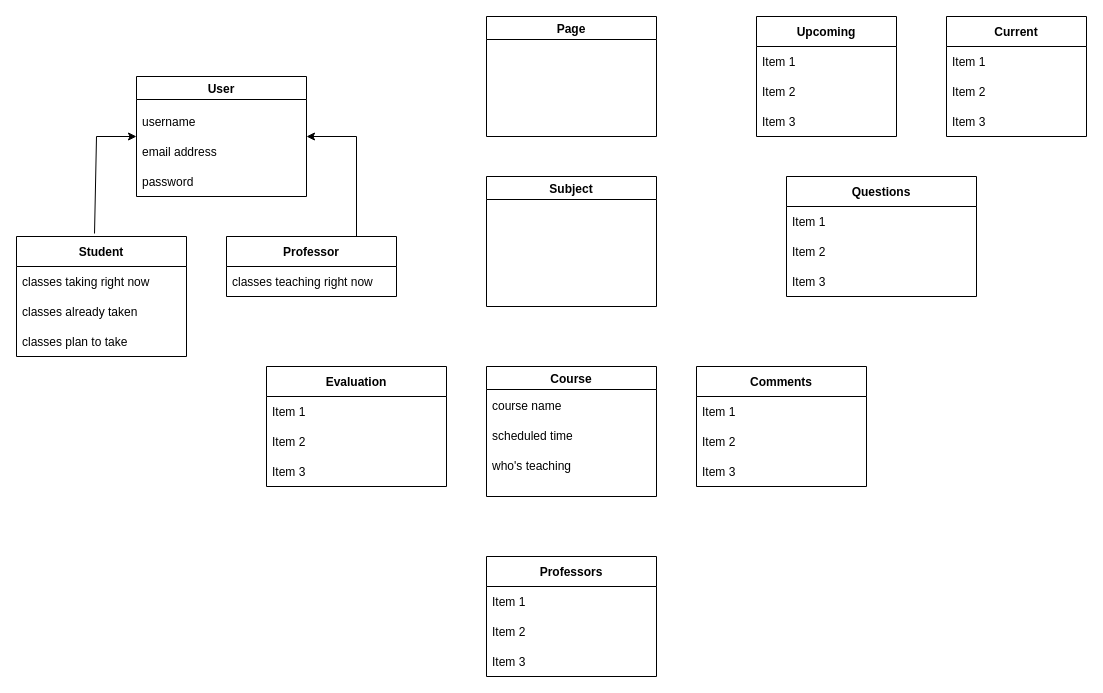
Before: Domain Model.drawio in I-Dont-Want-An-F/Project, a draw.io diagram. Source tidied: cells renumbered, new cells numbered last; positions are measured from the earlier drawing's top-left corner, leaving out a move shared by most shapes. Both pictures are drawn from the tidied source at 100%, with x=0, y=0 at pixel (16, 16).
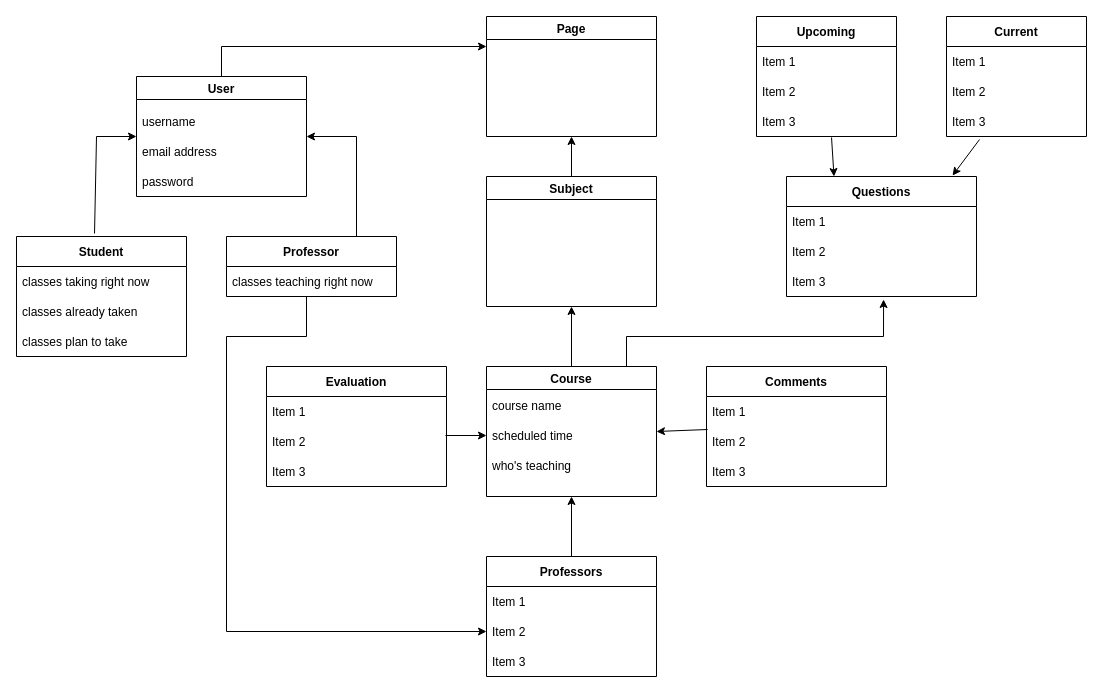
Above is the later version.

The change refers to these unchanged cells:
```xml
<mxCell id="2" value="User" style="swimlane;" parent="1" vertex="1">
  <mxGeometry x="120" y="60" width="170" height="120" as="geometry" />
</mxCell>
<mxCell id="12" value="Page" style="swimlane;" parent="1" vertex="1">
  <mxGeometry x="470" width="170" height="120" as="geometry" />
</mxCell>
<mxCell id="17" value="Subject" style="swimlane;startSize=23;" parent="1" vertex="1">
  <mxGeometry x="470" y="160" width="170" height="130" as="geometry" />
</mxCell>
<mxCell id="18" value="Professors" style="swimlane;fontStyle=1;horizontal=1;startSize=30;" parent="1" vertex="1">
  <mxGeometry x="470" y="540" width="170" height="120" as="geometry" />
</mxCell>
<mxCell id="20" value="Item 2" style="text;strokeColor=none;fillColor=none;align=left;verticalAlign=middle;spacingLeft=4;spacingRight=4;overflow=hidden;points=[[0,0.5],[1,0.5]];portConstraint=eastwest;" parent="18" vertex="1">
  <mxGeometry y="60" width="170" height="30" as="geometry" />
</mxCell>
<mxCell id="22" value="Course" style="swimlane;" parent="1" vertex="1">
  <mxGeometry x="470" y="350" width="170" height="130" as="geometry" />
</mxCell>
<mxCell id="24" value="scheduled time" style="text;strokeColor=none;fillColor=none;align=left;verticalAlign=middle;spacingLeft=4;spacingRight=4;overflow=hidden;points=[[0,0.5],[1,0.5]];portConstraint=eastwest;" parent="22" vertex="1">
  <mxGeometry y="54" width="100" height="30" as="geometry" />
</mxCell>
<mxCell id="26" value="Questions" style="swimlane;fontStyle=1;horizontal=1;startSize=30;" parent="1" vertex="1">
  <mxGeometry x="770" y="160" width="190" height="120" as="geometry" />
</mxCell>
<mxCell id="29" value="Item 3" style="text;strokeColor=none;fillColor=none;align=left;verticalAlign=middle;spacingLeft=4;spacingRight=4;overflow=hidden;points=[[0,0.5],[1,0.5]];portConstraint=eastwest;" parent="26" vertex="1">
  <mxGeometry y="90" width="190" height="30" as="geometry" />
</mxCell>
<mxCell id="33" value="Item 3" style="text;strokeColor=none;fillColor=none;align=left;verticalAlign=middle;spacingLeft=4;spacingRight=4;overflow=hidden;points=[[0,0.5],[1,0.5]];portConstraint=eastwest;" parent="30" vertex="1">
  <mxGeometry y="90" width="140" height="30" as="geometry" />
</mxCell>
<mxCell id="37" value="Item 3" style="text;strokeColor=none;fillColor=none;align=left;verticalAlign=middle;spacingLeft=4;spacingRight=4;overflow=hidden;points=[[0,0.5],[1,0.5]];portConstraint=eastwest;" parent="34" vertex="1">
  <mxGeometry y="90" width="140" height="30" as="geometry" />
</mxCell>
<mxCell id="40" value="Item 2" style="text;strokeColor=none;fillColor=none;align=left;verticalAlign=middle;spacingLeft=4;spacingRight=4;overflow=hidden;points=[[0,0.5],[1,0.5]];portConstraint=eastwest;" parent="38" vertex="1">
  <mxGeometry y="60" width="180" height="30" as="geometry" />
</mxCell>
```

What changed in the source:
```diff
@@
     <mxCell id="13" value="Comments" style="swimlane;fontStyle=1;horizontal=1;startSize=30;" parent="1" vertex="1">
-      <mxGeometry x="680" y="350" width="170" height="120" as="geometry" />
+      <mxGeometry x="690" y="350" width="180" height="120" as="geometry" />
     </mxCell>
     <mxCell id="14" value="Item 1" style="text;strokeColor=none;fillColor=none;align=left;verticalAlign=middle;spacingLeft=4;spacingRight=4;overflow=hidden;" parent="13" vertex="1">
-      <mxGeometry y="30" width="170" height="30" as="geometry" />
+      <mxGeometry y="30" width="180" height="30" as="geometry" />
     </mxCell>
     <mxCell id="15" value="Item 2" style="text;strokeColor=none;fillColor=none;align=left;verticalAlign=middle;spacingLeft=4;spacingRight=4;overflow=hidden;points=[[0,0.5],[1,0.5]];portConstraint=eastwest;" parent="13" vertex="1">
-      <mxGeometry y="60" width="170" height="30" as="geometry" />
+      <mxGeometry y="60" width="180" height="30" as="geometry" />
     </mxCell>
     <mxCell id="16" value="Item 3" style="text;strokeColor=none;fillColor=none;align=left;verticalAlign=middle;spacingLeft=4;spacingRight=4;overflow=hidden;" parent="13" vertex="1">
-      <mxGeometry y="90" width="170" height="30" as="geometry" />
+      <mxGeometry y="90" width="180" height="30" as="geometry" />
     </mxCell>
@@
+    <mxCell id="44" style="endArrow=classic;html=1;rounded=0;entryX=0.511;entryY=1.1;entryDx=0;entryDy=0;entryPerimeter=0;" parent="1" edge="1" target="29">
+      <mxGeometry relative="1" as="geometry">
+        <mxPoint x="610" y="350" as="sourcePoint" />
+        <Array as="points">
+          <mxPoint x="610" y="320" />
+          <mxPoint x="867" y="320" />
+        </Array>
+      </mxGeometry>
+    </mxCell>
+    <mxCell id="45" style="endArrow=classic;html=1;rounded=0;entryX=0.5;entryY=1;entryDx=0;entryDy=0;exitX=0.5;exitY=0;exitDx=0;exitDy=0;" parent="1" edge="1" source="22" target="17">
+      <mxGeometry relative="1" as="geometry" />
+    </mxCell>
+    <mxCell id="46" style="endArrow=classic;html=1;rounded=0;exitX=0.006;exitY=0.1;exitDx=0;exitDy=0;exitPerimeter=0;entryX=1;entryY=0.5;entryDx=0;entryDy=0;" parent="1" edge="1" source="15" target="22">
+      <mxGeometry relative="1" as="geometry" />
+    </mxCell>
+    <mxCell id="47" style="endArrow=classic;html=1;rounded=0;exitX=0.994;exitY=0.3;exitDx=0;exitDy=0;exitPerimeter=0;entryX=0;entryY=0.5;entryDx=0;entryDy=0;" parent="1" edge="1" source="40" target="24">
+      <mxGeometry relative="1" as="geometry" />
+    </mxCell>
+    <mxCell id="48" style="endArrow=classic;html=1;rounded=0;entryX=0.5;entryY=1;entryDx=0;entryDy=0;exitX=0.5;exitY=0;exitDx=0;exitDy=0;" parent="1" edge="1" source="18" target="22">
+      <mxGeometry relative="1" as="geometry" />
+    </mxCell>
+    <mxCell id="49" style="endArrow=classic;html=1;rounded=0;entryX=0.5;entryY=1;entryDx=0;entryDy=0;exitX=0.5;exitY=0;exitDx=0;exitDy=0;" parent="1" edge="1" source="17" target="12">
+      <mxGeometry relative="1" as="geometry" />
+    </mxCell>
+    <mxCell id="50" style="endArrow=classic;html=1;rounded=0;entryX=0;entryY=0.5;entryDx=0;entryDy=0;" parent="1" edge="1" target="20">
+      <mxGeometry relative="1" as="geometry">
+        <mxPoint x="290" y="280" as="sourcePoint" />
+        <Array as="points">
+          <mxPoint x="290" y="320" />
+          <mxPoint x="210" y="320" />
+          <mxPoint x="210" y="615" />
+        </Array>
+      </mxGeometry>
+    </mxCell>
+    <mxCell id="51" style="endArrow=classic;html=1;rounded=0;exitX=0.536;exitY=1.033;exitDx=0;exitDy=0;exitPerimeter=0;entryX=0.25;entryY=0;entryDx=0;entryDy=0;" parent="1" edge="1" source="33" target="26">
+      <mxGeometry relative="1" as="geometry" />
+    </mxCell>
+    <mxCell id="52" style="endArrow=classic;html=1;rounded=0;exitX=0.236;exitY=1.1;exitDx=0;exitDy=0;exitPerimeter=0;entryX=0.874;entryY=-0.008;entryDx=0;entryDy=0;entryPerimeter=0;" parent="1" edge="1" source="37" target="26">
+      <mxGeometry relative="1" as="geometry" />
+    </mxCell>
+    <mxCell id="53" style="endArrow=classic;html=1;rounded=0;exitX=0.5;exitY=0;exitDx=0;exitDy=0;entryX=0;entryY=0.25;entryDx=0;entryDy=0;" parent="1" edge="1" source="2" target="12">
+      <mxGeometry relative="1" as="geometry">
+        <Array as="points">
+          <mxPoint x="205" y="30" />
+        </Array>
+      </mxGeometry>
+    </mxCell>
```
